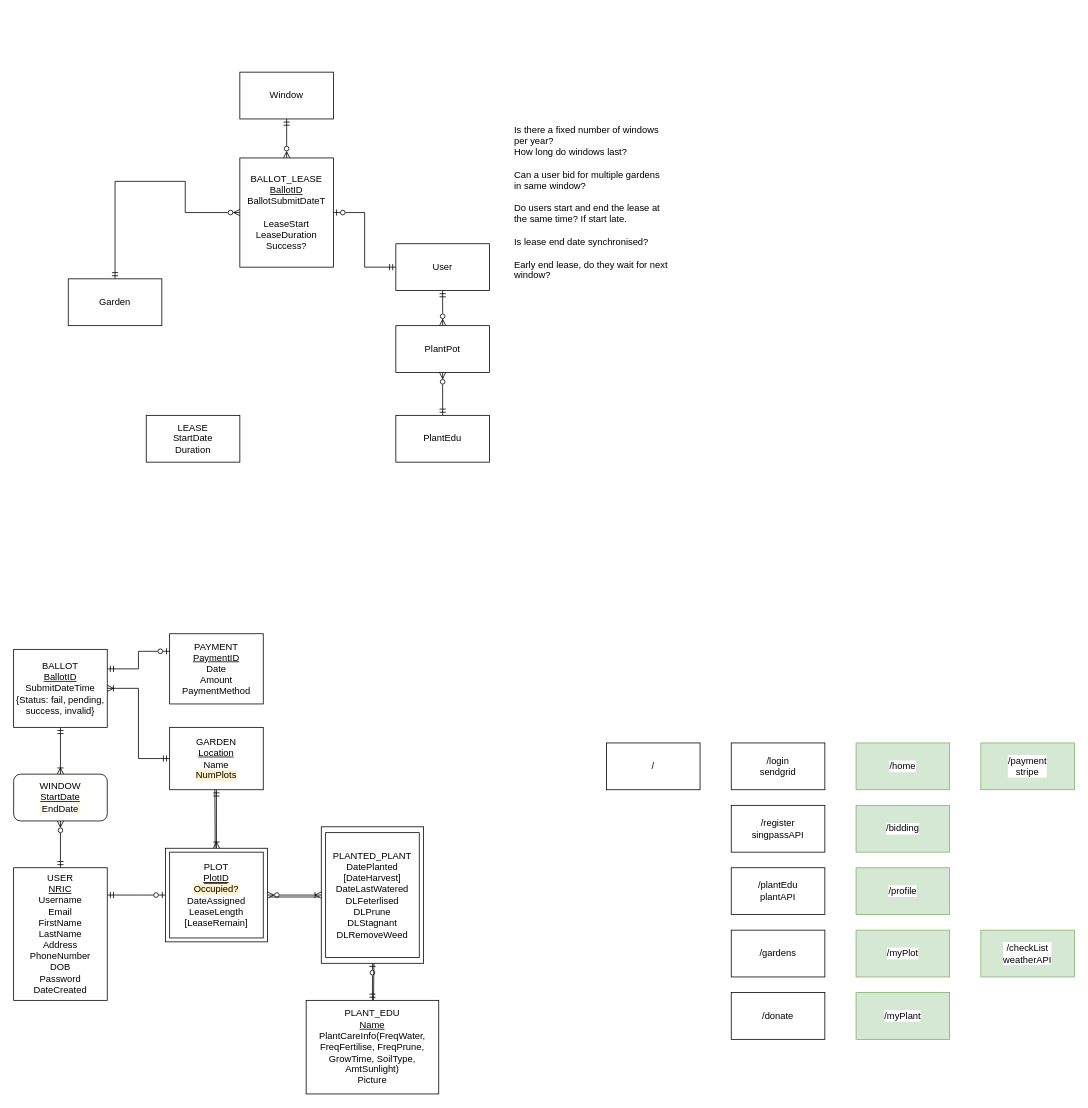
Before: Project Files/ER Diagram Project.drawio in CS203-G2-T7/CS203-Project, a draw.io diagram. Source tidied: cells renumbered, new cells numbered last; positions are measured from the earlier drawing's top-left corner, leaving out a move shared by most shapes. Both pictures are drawn from the tidied source at 78%, with x=0, y=0 at pixel (13, 72).
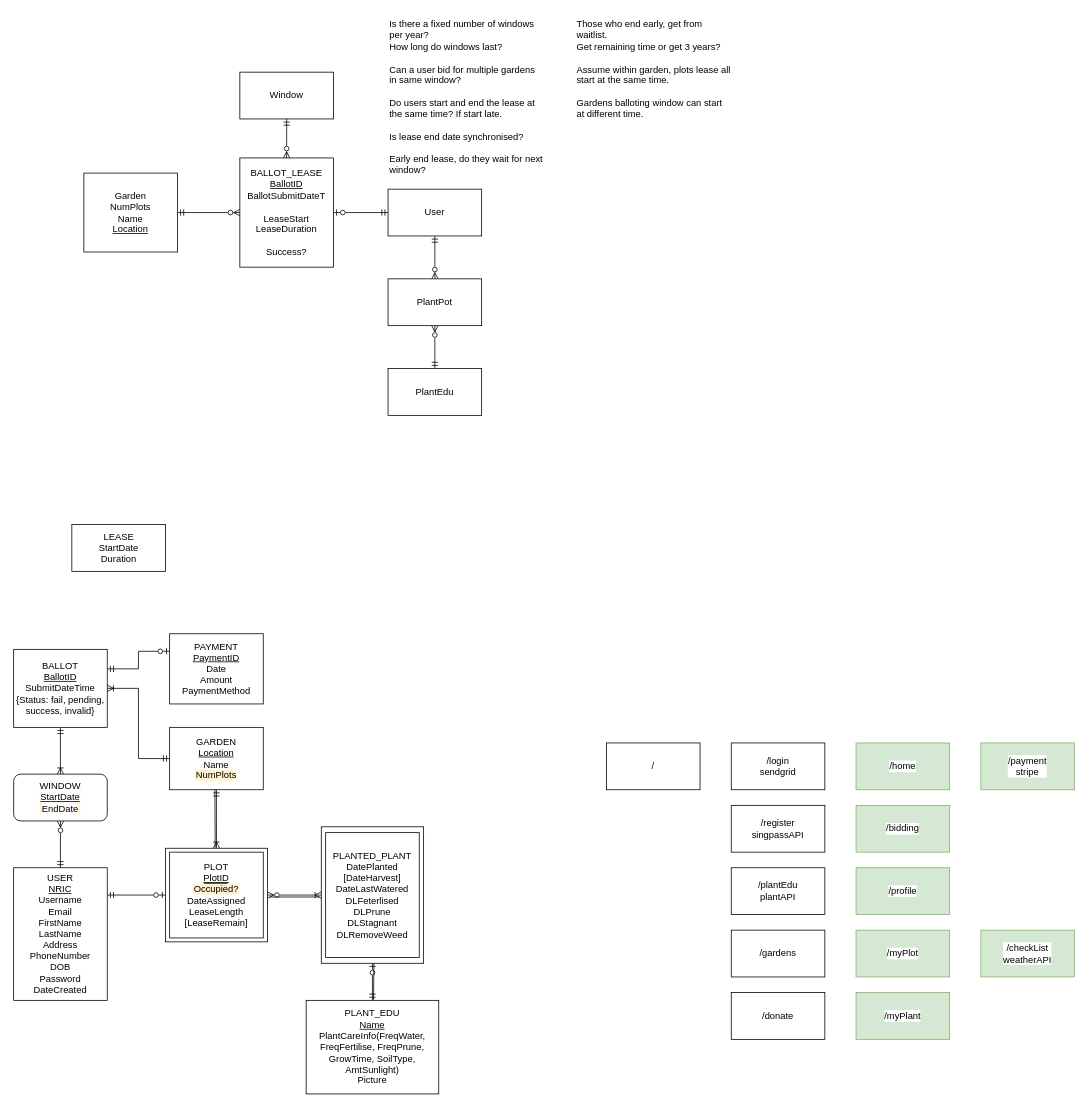
Above is the later version.

Change to the diagram source:
```diff
@@
     <mxCell id="37" style="edgeStyle=orthogonalEdgeStyle;rounded=0;jettySize=auto;html=1;entryX=0;entryY=0.5;entryDx=0;entryDy=0;startArrow=ERmandOne;startFill=0;endArrow=ERzeroToMany;endFill=0;" parent="1" edge="1" source="38" target="42">
       <mxGeometry relative="1" as="geometry">
         <Array as="points">
-          <mxPoint x="220" y="140" />
+          <mxPoint x="130" y="180" />
         </Array>
       </mxGeometry>
     </mxCell>
-    <mxCell id="38" value="Garden" style="rounded=0;whiteSpace=wrap;html=1;" parent="1" vertex="1">
-      <mxGeometry x="70" y="265" width="120" height="60" as="geometry" />
+    <mxCell id="38" value="Garden&lt;br&gt;NumPlots&lt;br&gt;Name&lt;br&gt;&lt;u&gt;Location&lt;/u&gt;" style="rounded=0;whiteSpace=wrap;html=1;" parent="1" vertex="1">
+      <mxGeometry x="90" y="129.4" width="120" height="101.2" as="geometry" />
     </mxCell>
@@
     <mxCell id="41" value="User" style="rounded=0;whiteSpace=wrap;html=1;" parent="1" vertex="1">
-      <mxGeometry x="490" y="220" width="120" height="60" as="geometry" />
+      <mxGeometry x="480" y="150" width="120" height="60" as="geometry" />
     </mxCell>
-    <mxCell id="42" value="BALLOT_LEASE&lt;br&gt;&lt;u&gt;BallotID&lt;br&gt;&lt;/u&gt;BallotSubmitDateT&lt;br&gt;&lt;br&gt;LeaseStart&lt;br&gt;LeaseDuration&lt;br&gt;Success?" style="rounded=0;whiteSpace=wrap;html=1;" parent="1" vertex="1">
+    <mxCell id="42" value="BALLOT_LEASE&lt;br&gt;&lt;u&gt;BallotID&lt;br&gt;&lt;/u&gt;BallotSubmitDateT&lt;br&gt;&lt;br&gt;LeaseStart&lt;br&gt;LeaseDuration&lt;br&gt;&lt;br&gt;Success?" style="rounded=0;whiteSpace=wrap;html=1;" parent="1" vertex="1">
       <mxGeometry x="290" y="110" width="120" height="140" as="geometry" />
     </mxCell>
@@
     <mxCell id="45" value="Is there a fixed number of windows per year?&lt;br&gt;How long do windows last?&lt;br&gt;&lt;br&gt;Can a user bid for multiple gardens in same window?&lt;br&gt;&lt;br&gt;Do users start and end the lease at the same time? If start late.&lt;br&gt;&lt;br&gt;Is lease end date synchronised?&lt;br&gt;&lt;br&gt;Early end lease, do they wait for next window?" style="text;html=1;strokeColor=none;fillColor=none;align=left;verticalAlign=top;whiteSpace=wrap;rounded=0;" parent="1" vertex="1">
-      <mxGeometry x="640" y="60" width="200" height="270" as="geometry" />
+      <mxGeometry x="480" y="-75" width="200" height="210" as="geometry" />
     </mxCell>
     <mxCell id="46" value="LEASE&lt;br&gt;StartDate&lt;br&gt;Duration" style="rounded=0;whiteSpace=wrap;html=1;" parent="1" vertex="1">
-      <mxGeometry x="170" y="440" width="120" height="60" as="geometry" />
+      <mxGeometry x="74.6" y="580" width="120" height="60" as="geometry" />
     </mxCell>
     <mxCell id="47" value="PlantPot" style="rounded=0;whiteSpace=wrap;html=1;" parent="1" vertex="1">
-      <mxGeometry x="490" y="325" width="120" height="60" as="geometry" />
+      <mxGeometry x="480" y="265" width="120" height="60" as="geometry" />
     </mxCell>
@@
     <mxCell id="49" value="PlantEdu" style="rounded=0;whiteSpace=wrap;html=1;" parent="1" vertex="1">
-      <mxGeometry x="490" y="440" width="120" height="60" as="geometry" />
+      <mxGeometry x="480" y="380" width="120" height="60" as="geometry" />
     </mxCell>
+    <mxCell id="50" value="Those who end early, get from waitlist.&lt;br&gt;Get remaining time or get 3 years?&lt;br&gt;&lt;br&gt;Assume within garden, plots lease all start at the same time.&lt;br&gt;&lt;br&gt;Gardens balloting window can start at different time." style="text;html=1;strokeColor=none;fillColor=none;align=left;verticalAlign=top;whiteSpace=wrap;rounded=0;" parent="1" vertex="1">
+      <mxGeometry x="720" y="-75" width="200" height="170" as="geometry" />
+    </mxCell>
```
